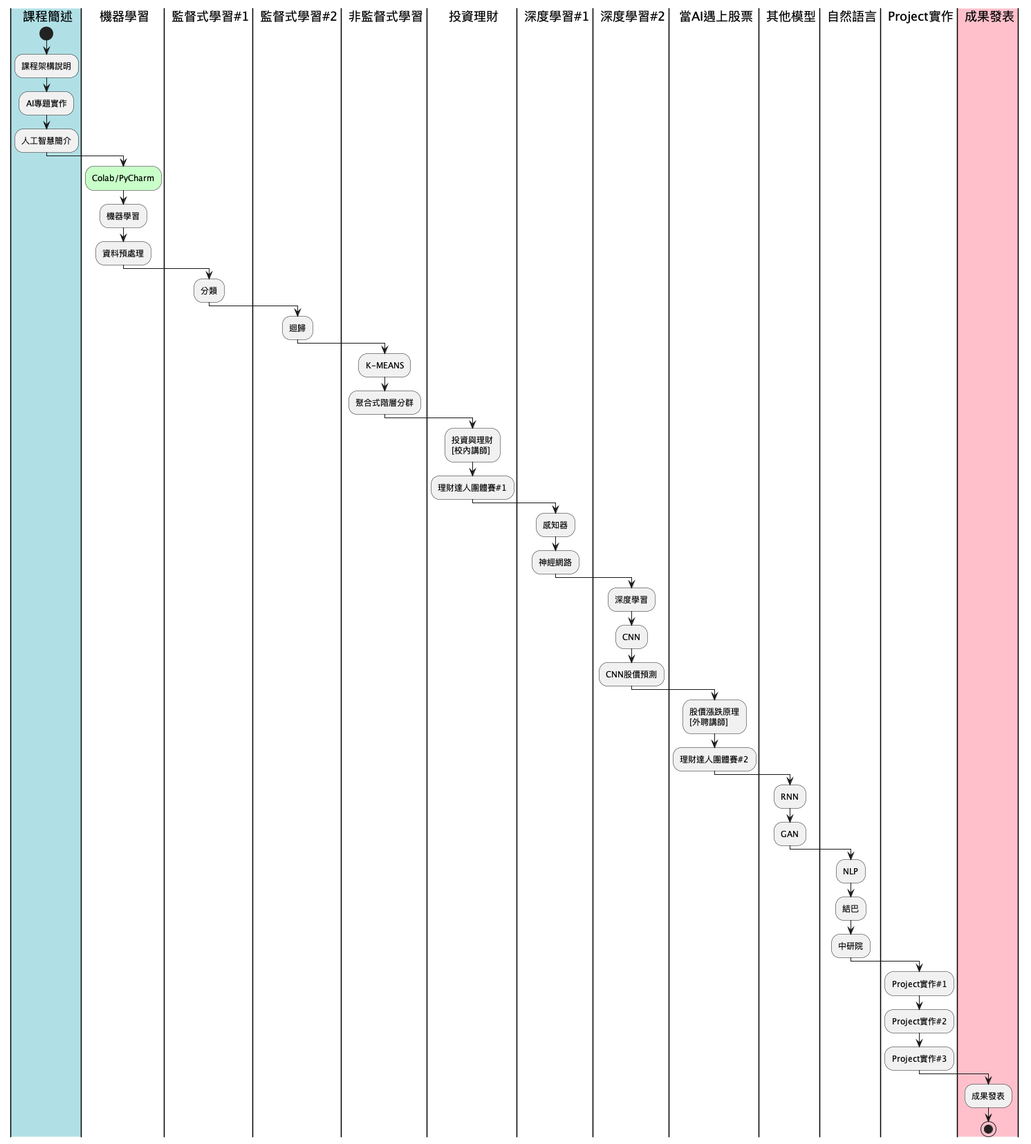
Before: images/plantuml-4.png, a diagram exported from PlantUML (letranger/AI).
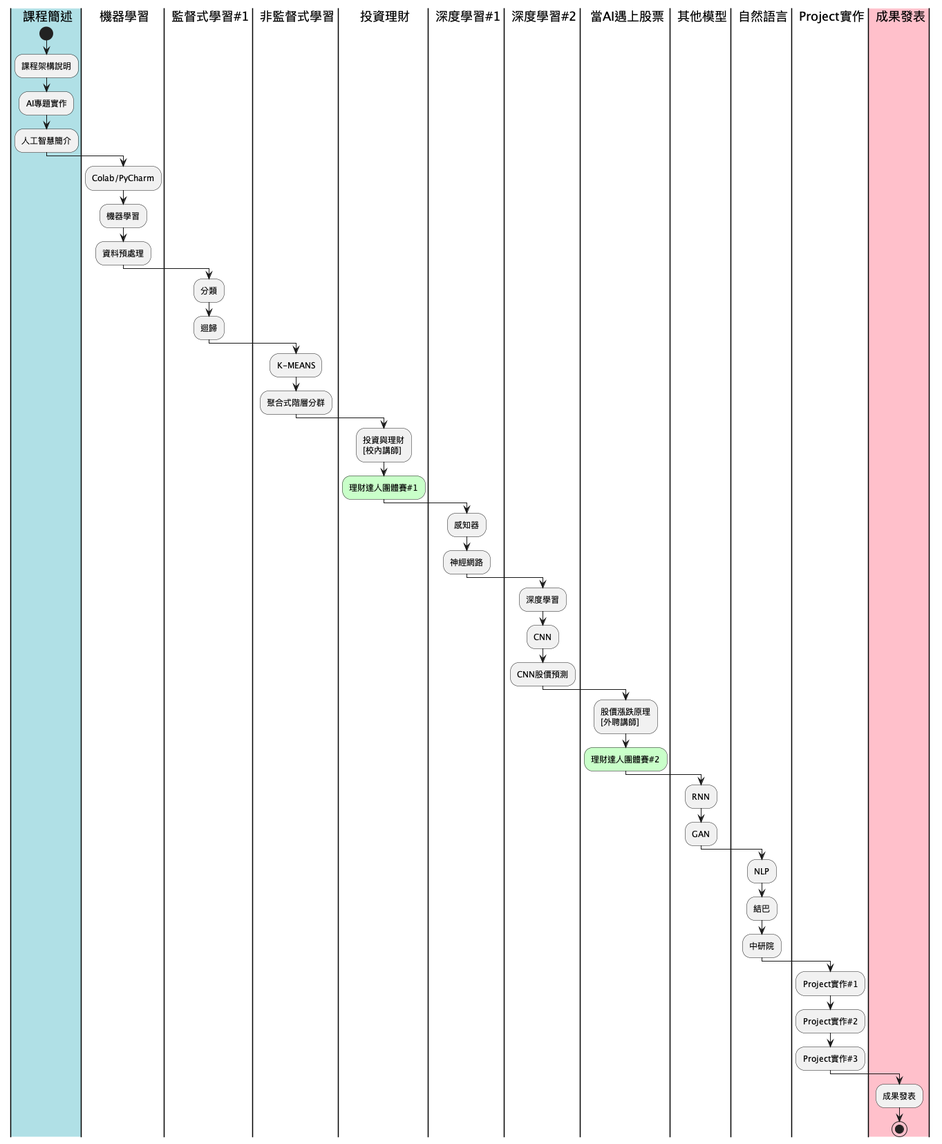
After the change.

Diff of the diagram source:
```diff
@@ -2,7 +2,6 @@
 |#PowderBlue|0| 課程簡述
 |1| 機器學習
 |2| 監督式學習#1
-|2.5| 監督式學習#2
 |3| 非監督式學習
 |4| 投資理財
 |5| 深度學習#1
@@ -18,19 +17,18 @@
 :AI專題實作;
 :人工智慧簡介;
 |1|
-#TECHNOLOGY:Colab/PyCharm;
+:Colab/PyCharm;
 :機器學習;
 :資料預處理;
 |2|
 :分類;
-|2.5|
 :迴歸;
 |3|
 :K-MEANS;
 :聚合式階層分群;
 |4|
 :投資與理財\n[校內講師];
-:理財達人團體賽#1;
+#TECHNOLOGY:理財達人團體賽#1;
 |5|
 :感知器;
 :神經網路;
@@ -40,7 +38,7 @@
 :CNN股價預測;
 |7|
 :股價漲跌原理\n[外聘講師];
-:理財達人團體賽#2;
+#TECHNOLOGY:理財達人團體賽#2;
 |8|
 :RNN;
 :GAN;
```
